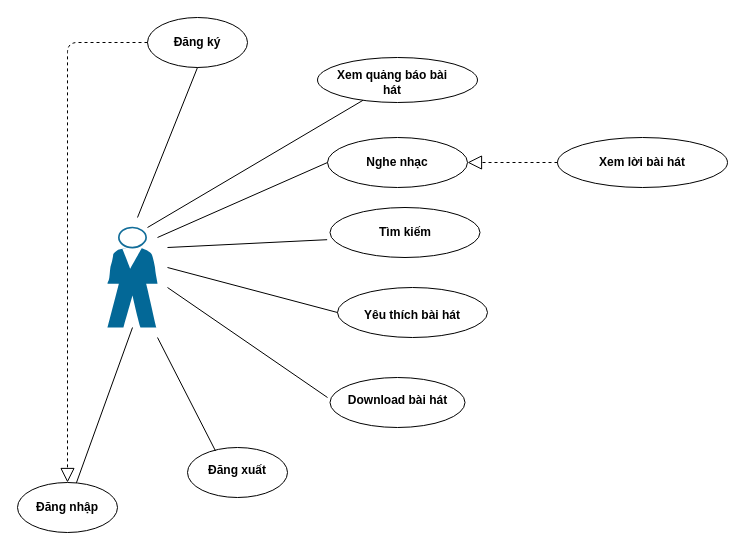
This is page "user" (1 of 4) of Untitled Diagram.drawio from pophuong2610/hello, a draw.io file, before an edit. Source tidied: cells renumbered, new cells numbered last; positions are measured from the earlier drawing's top-left corner, leaving out a move shared by most shapes. Both pictures are drawn from the tidied source at 100%, with x=0, y=0 at pixel (17, 17).
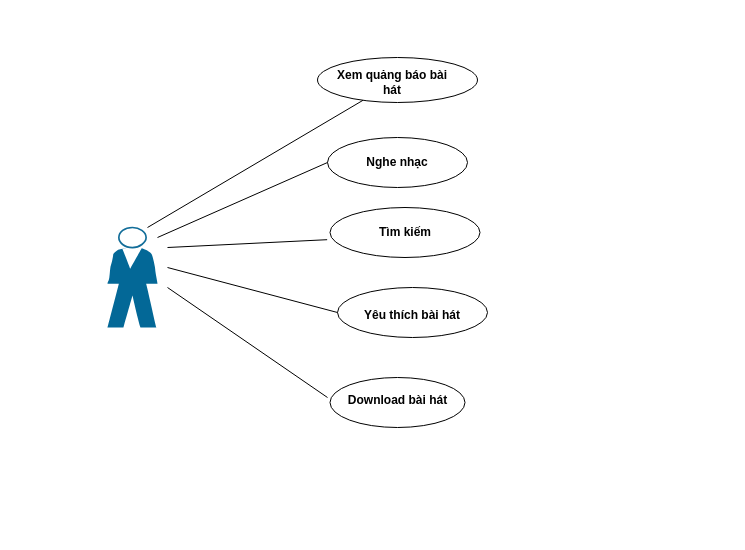
The same diagram, later.

Unchanged cells that the change refers to:
```xml
<mxCell id="8" style="ellipse;whiteSpace=wrap;html=1;" parent="1" vertex="1">
  <mxGeometry x="310" y="120" width="140" height="50" as="geometry" />
</mxCell>
<mxCell id="21" style="shape=mxgraph.cisco.people.standing_man;html=1;dashed=0;fillColor=#036897;strokeColor=#ffffff;strokeWidth=2;verticalLabelPosition=bottom;verticalAlign=top;align=center;outlineConnect=0;" parent="1" vertex="1">
  <mxGeometry x="90" y="210" width="50" height="100" as="geometry" />
</mxCell>
```

Diff of the diagram source:
```diff
@@
-    <mxCell id="2" style="ellipse;whiteSpace=wrap;html=1;" parent="1" vertex="1">
-      <mxGeometry x="130" width="100" height="50" as="geometry" />
-    </mxCell>
-    <mxCell id="3" value="&lt;b&gt;Đăng ký&lt;/b&gt;" style="text;html=1;strokeColor=none;fillColor=none;align=center;verticalAlign=middle;whiteSpace=wrap;rounded=0;" parent="1" vertex="1">
-      <mxGeometry x="140" y="15" width="80" height="20" as="geometry" />
-    </mxCell>
-    <mxCell id="4" style="ellipse;whiteSpace=wrap;html=1;" parent="1" vertex="1">
-      <mxGeometry y="465" width="100" height="50" as="geometry" />
-    </mxCell>
-    <mxCell id="5" value="&lt;b&gt;Đăng nhập&lt;/b&gt;" style="text;html=1;strokeColor=none;fillColor=none;align=center;verticalAlign=middle;whiteSpace=wrap;rounded=0;" parent="1" vertex="1">
-      <mxGeometry x="10" y="480" width="80" height="20" as="geometry" />
-    </mxCell>
@@
-    <mxCell id="13" style="ellipse;whiteSpace=wrap;html=1;" parent="1" vertex="1">
-      <mxGeometry x="170" y="430" width="100" height="50" as="geometry" />
-    </mxCell>
-    <mxCell id="14" value="&lt;b&gt;Đăng xuất&lt;/b&gt;" style="text;html=1;strokeColor=none;fillColor=none;align=center;verticalAlign=middle;whiteSpace=wrap;rounded=0;" parent="1" vertex="1">
-      <mxGeometry x="180" y="440" width="80" height="25" as="geometry" />
-    </mxCell>
-    <mxCell id="15" style="ellipse;whiteSpace=wrap;html=1;" parent="1" vertex="1">
-      <mxGeometry x="540" y="120" width="170" height="50" as="geometry" />
-    </mxCell>
-    <mxCell id="16" value="&lt;b&gt;Xem lời bài hát&lt;/b&gt;" style="text;html=1;strokeColor=none;fillColor=none;align=center;verticalAlign=middle;whiteSpace=wrap;rounded=0;" parent="1" vertex="1">
-      <mxGeometry x="560" y="132.5" width="130" height="25" as="geometry" />
-    </mxCell>
@@
-    <mxCell id="19" style="endArrow=block;dashed=1;endFill=0;endSize=12;html=1;entryX=1;entryY=0.5;entryDx=0;entryDy=0;exitX=0;exitY=0.5;exitDx=0;exitDy=0;" parent="1" edge="1" source="15" target="8">
-      <mxGeometry relative="1" as="geometry" />
-    </mxCell>
-    <mxCell id="20" style="endArrow=block;dashed=1;endFill=0;endSize=12;html=1;exitX=0;exitY=0.5;exitDx=0;exitDy=0;entryX=0.5;entryY=0;entryDx=0;entryDy=0;" parent="1" edge="1" source="2" target="4">
-      <mxGeometry relative="1" as="geometry">
-        <Array as="points">
-          <mxPoint x="50" y="25" />
-        </Array>
-      </mxGeometry>
-    </mxCell>
@@
-    <mxCell id="22" style="endArrow=none;html=1;entryX=0.5;entryY=1;entryDx=0;entryDy=0;" parent="1" edge="1" target="2">
-      <mxGeometry relative="1" as="geometry">
-        <mxPoint x="120" y="200" as="sourcePoint" />
-      </mxGeometry>
-    </mxCell>
@@
-    <mxCell id="28" style="endArrow=none;html=1;entryX=0.28;entryY=0.068;entryDx=0;entryDy=0;entryPerimeter=0;" parent="1" edge="1" target="13">
-      <mxGeometry relative="1" as="geometry">
-        <mxPoint x="140" y="320" as="sourcePoint" />
-      </mxGeometry>
-    </mxCell>
-    <mxCell id="29" style="endArrow=none;html=1;exitX=0.5;exitY=1;exitDx=0;exitDy=0;exitPerimeter=0;" parent="1" edge="1" source="21" target="4">
-      <mxGeometry relative="1" as="geometry" />
-    </mxCell>
```
